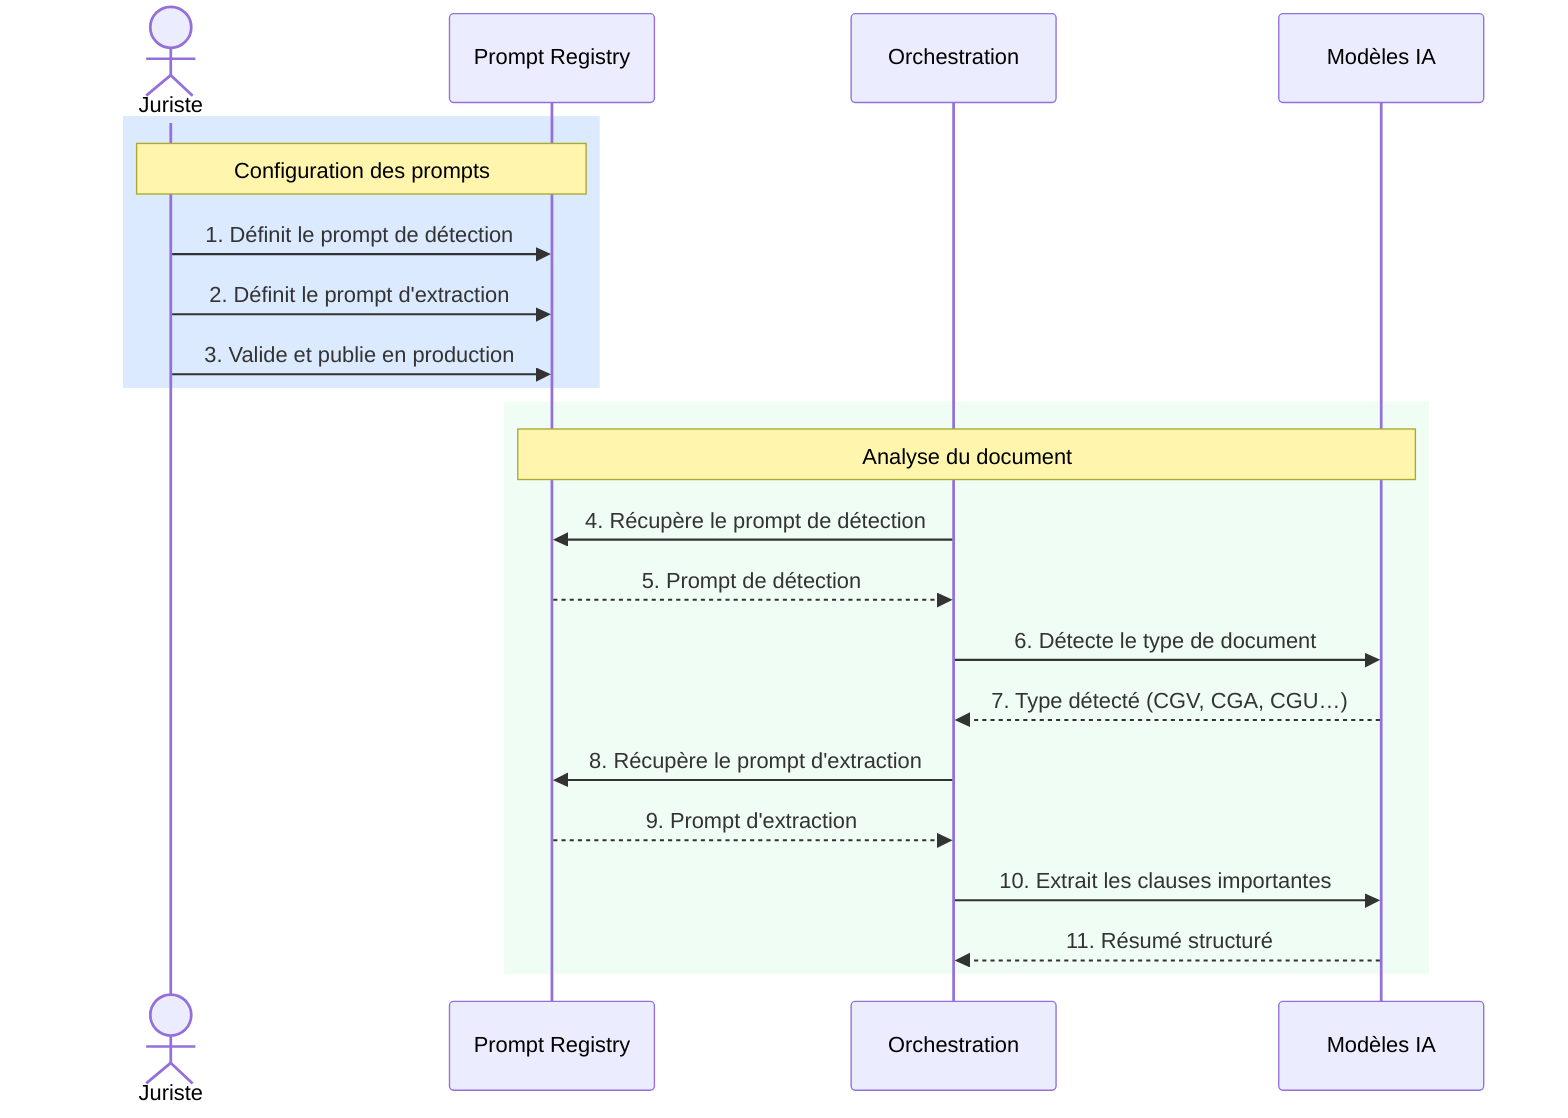
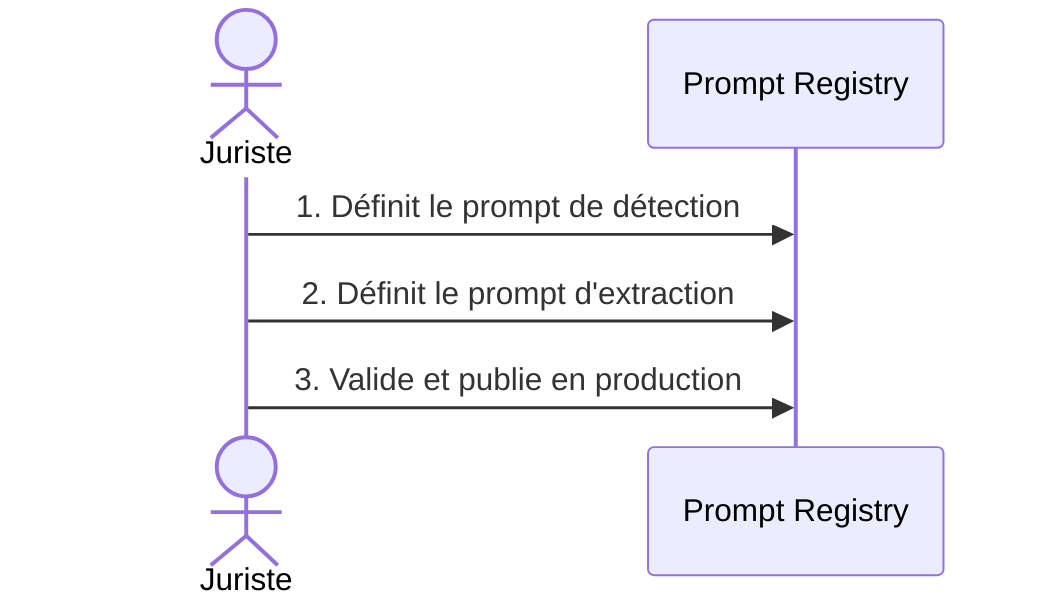
sequenceDiagram
  actor J as Juriste
  participant PR as Prompt Registry
-   participant OR as Orchestration
-   participant LLM as Modèles IA

-   rect rgb(219, 234, 254)
-     Note over J, PR: Configuration des prompts
-     J->>PR: 1. Définit le prompt de détection
-     J->>PR: 2. Définit le prompt d'extraction
-     J->>PR: 3. Valide et publie en production
-   end
- 
-   rect rgb(240, 253, 244)
-     Note over PR, LLM: Analyse du document
-     OR->>PR: 4. Récupère le prompt de détection
-     PR-->>OR: 5. Prompt de détection
-     OR->>LLM: 6. Détecte le type de document
-     LLM-->>OR: 7. Type détecté (CGV, CGA, CGU…)
-     OR->>PR: 8. Récupère le prompt d'extraction
-     PR-->>OR: 9. Prompt d'extraction
-     OR->>LLM: 10. Extrait les clauses importantes
-     LLM-->>OR: 11. Résumé structuré
-   end
+   J->>PR: 1. Définit le prompt de détection
+   J->>PR: 2. Définit le prompt d'extraction
+   J->>PR: 3. Valide et publie en production
